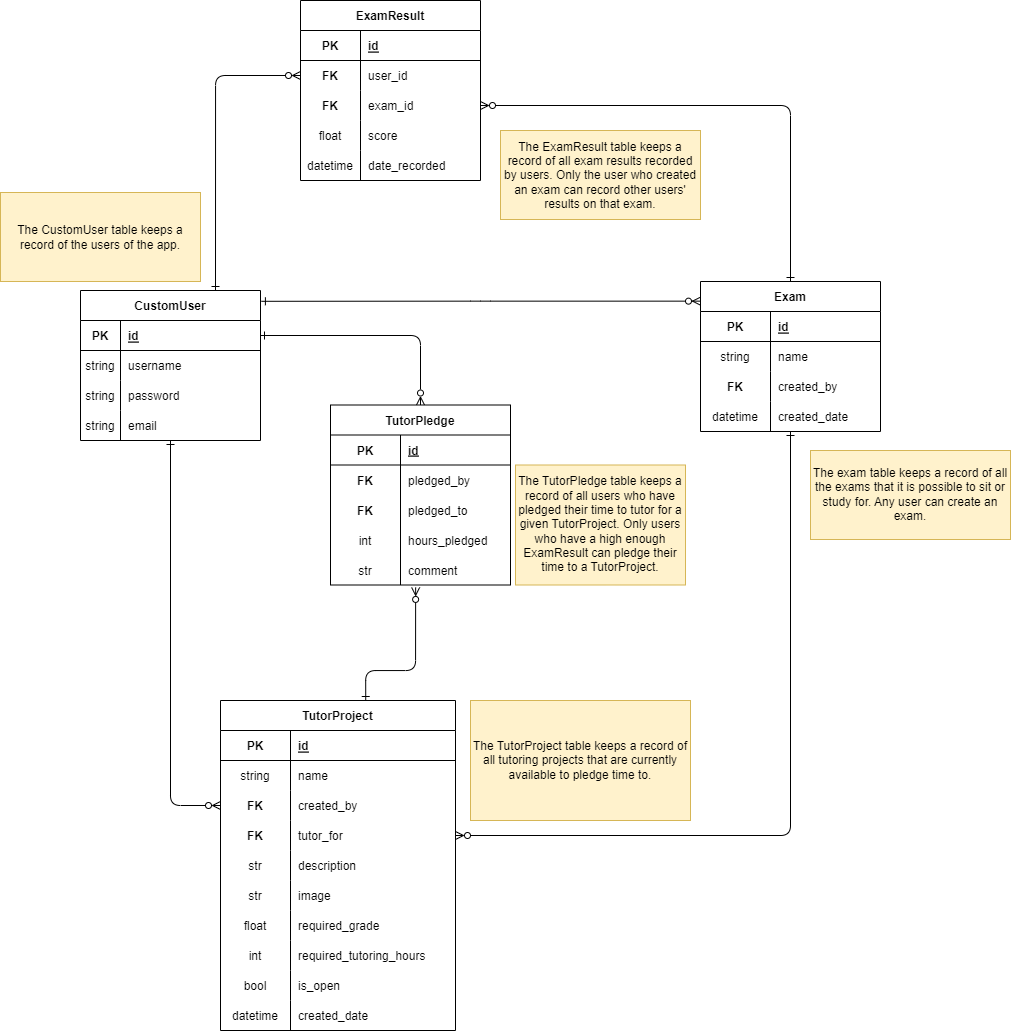
SheCodesAus/example_finished_drf_project keeps this draw.io diagram as readme_images/ERD.drawio.png. Above is the earlier version. Source tidied: cells renumbered, new cells last; positions are measured from the earlier drawing's top-left corner, leaving out a move shared by most shapes.
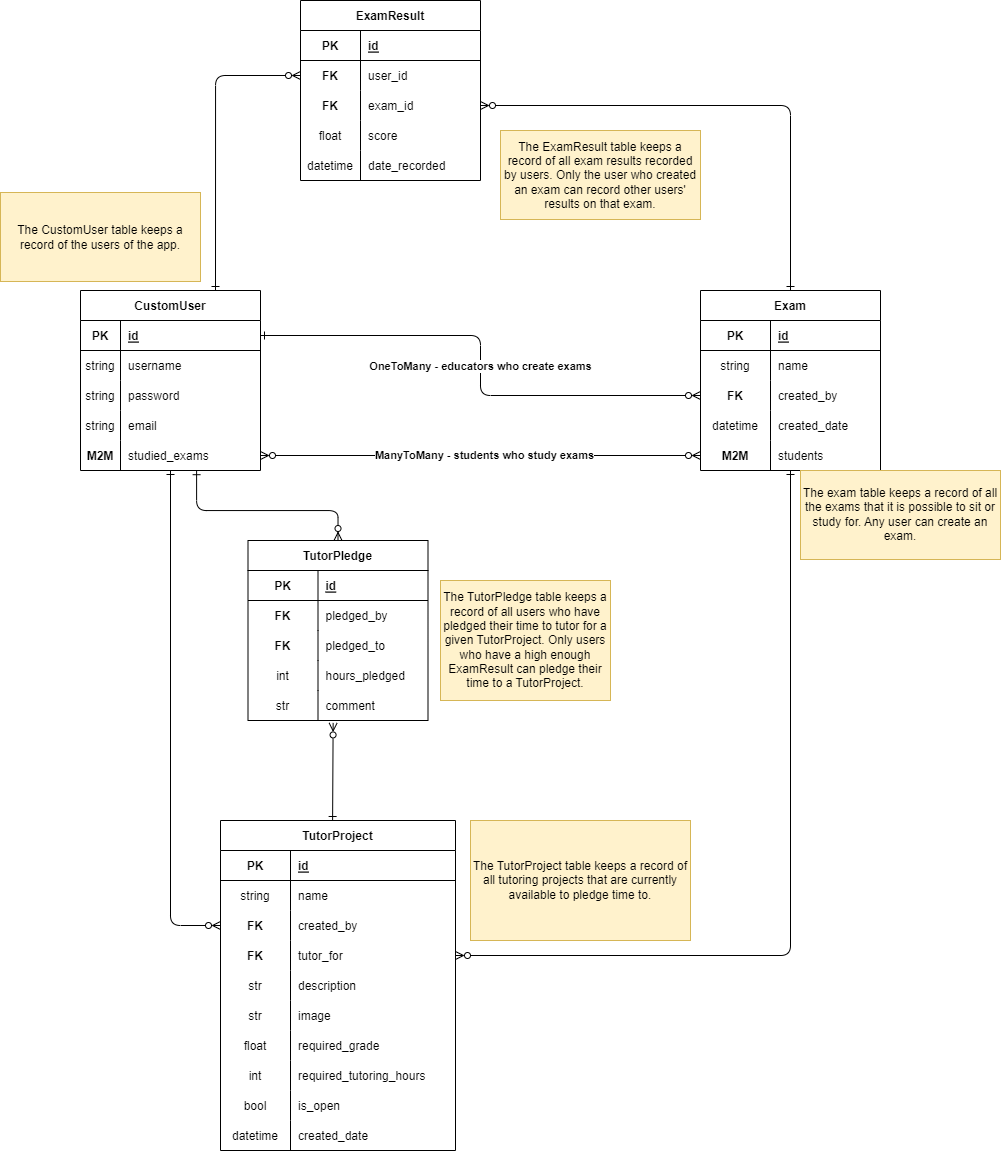
After the change.

Commit message:
updated the ERD to reflect the many-to-many relationship

The edit, as a diff of the source:
```diff
@@ -9,7 +9,7 @@
       <mxGeometry relative="1" as="geometry" />
     </mxCell>
     <mxCell id="4" value="CustomUser" style="shape=table;startSize=30;rowLines=0;fontStyle=1;align=center;" parent="1" vertex="1">
-      <mxGeometry x="80" y="290" width="180" height="150" as="geometry" />
+      <mxGeometry x="80" y="290" width="180" height="180" as="geometry" />
     </mxCell>
     <mxCell id="5" style="shape=tableRow;horizontal=0;startSize=0;swimlaneHead=0;swimlaneBody=0;fillColor=none;points=[[0,0.5],[1,0.5]];portConstraint=eastwest;top=0;left=0;right=0;bottom=1;" parent="4" vertex="1">
       <mxGeometry y="30" width="180" height="30" as="geometry" />
@@ -47,6 +47,15 @@
     <mxCell id="16" value="email" style="shape=partialRectangle;fillColor=none;top=0;left=0;bottom=0;right=0;align=left;spacingLeft=6;overflow=hidden;" parent="14" vertex="1">
       <mxGeometry x="40" width="140" height="30" as="geometry" />
     </mxCell>
+    <mxCell id="103" style="shape=tableRow;horizontal=0;startSize=0;swimlaneHead=0;swimlaneBody=0;fillColor=none;points=[[0,0.5],[1,0.5]];portConstraint=eastwest;top=0;left=0;right=0;bottom=0;" parent="4" vertex="1">
+      <mxGeometry y="150" width="180" height="30" as="geometry" />
+    </mxCell>
+    <mxCell id="104" value="M2M" style="shape=partialRectangle;fillColor=none;top=0;left=0;bottom=0;right=0;overflow=hidden;fontStyle=1;" parent="103" vertex="1">
+      <mxGeometry width="40" height="30" as="geometry" />
+    </mxCell>
+    <mxCell id="105" value="studied_exams" style="shape=partialRectangle;fillColor=none;top=0;left=0;bottom=0;right=0;align=left;spacingLeft=6;overflow=hidden;" parent="103" vertex="1">
+      <mxGeometry x="40" width="140" height="30" as="geometry" />
+    </mxCell>
     <mxCell id="17" style="edgeStyle=orthogonalEdgeStyle;html=1;entryX=1;entryY=0.5;entryDx=0;entryDy=0;startArrow=ERone;startFill=0;endArrow=ERzeroToMany;endFill=0;" parent="1" edge="1" source="19" target="40">
       <mxGeometry relative="1" as="geometry" />
     </mxCell>
@@ -54,7 +63,7 @@
       <mxGeometry relative="1" as="geometry" />
     </mxCell>
     <mxCell id="19" value="Exam" style="shape=table;startSize=30;rowLines=0;fontStyle=1;align=center;" parent="1" vertex="1">
-      <mxGeometry x="700" y="281" width="180" height="150" as="geometry" />
+      <mxGeometry x="700" y="290" width="180" height="180" as="geometry" />
     </mxCell>
     <mxCell id="20" style="shape=tableRow;horizontal=0;startSize=0;swimlaneHead=0;swimlaneBody=0;fillColor=none;top=0;left=0;right=0;bottom=1;" parent="19" vertex="1">
       <mxGeometry y="30" width="180" height="30" as="geometry" />
@@ -92,9 +101,23 @@
     <mxCell id="31" value="created_date" style="shape=partialRectangle;fillColor=none;top=0;left=0;bottom=0;right=0;align=left;spacingLeft=6;overflow=hidden;" parent="29" vertex="1">
       <mxGeometry x="70" width="110" height="30" as="geometry" />
     </mxCell>
+    <mxCell id="106" style="shape=tableRow;horizontal=0;startSize=0;swimlaneHead=0;swimlaneBody=0;fillColor=none;points=[[0,0.5],[1,0.5]];portConstraint=eastwest;top=0;left=0;right=0;bottom=0;" parent="19" vertex="1">
+      <mxGeometry y="150" width="180" height="30" as="geometry" />
+    </mxCell>
+    <mxCell id="107" value="M2M" style="shape=partialRectangle;fillColor=none;top=0;left=0;bottom=0;right=0;overflow=hidden;fontStyle=1;" parent="106" vertex="1">
+      <mxGeometry width="70" height="30" as="geometry" />
+    </mxCell>
+    <mxCell id="108" value="students" style="shape=partialRectangle;fillColor=none;top=0;left=0;bottom=0;right=0;align=left;spacingLeft=6;overflow=hidden;" parent="106" vertex="1">
+      <mxGeometry x="70" width="110" height="30" as="geometry" />
+    </mxCell>
-    <mxCell id="32" style="edgeStyle=orthogonalEdgeStyle;html=1;exitX=0;exitY=0.131;exitDx=0;exitDy=0;entryX=1.005;entryY=0.072;entryDx=0;entryDy=0;endArrow=ERone;endFill=0;startArrow=ERzeroToMany;startFill=0;entryPerimeter=0;exitPerimeter=0;" parent="1" edge="1" source="19" target="4">
+    <mxCell id="32" style="edgeStyle=orthogonalEdgeStyle;html=1;exitX=0;exitY=0.5;exitDx=0;exitDy=0;entryX=1;entryY=0.5;entryDx=0;entryDy=0;endArrow=ERone;endFill=0;startArrow=ERzeroToMany;startFill=0;" parent="1" edge="1" source="26" target="5">
       <mxGeometry relative="1" as="geometry" />
     </mxCell>
+    <mxCell id="109" value="OneToMany - educators who create exams" style="edgeLabel;html=1;align=center;verticalAlign=middle;fontStyle=1;" parent="32" vertex="1">
+      <mxGeometry x="0.24" y="-1" relative="1" as="geometry">
+        <mxPoint x="29" y="31" as="offset" />
+      </mxGeometry>
+    </mxCell>
     <mxCell id="33" value="ExamResult" style="shape=table;startSize=30;rowLines=0;fontStyle=1;align=center;" parent="1" vertex="1">
       <mxGeometry x="300" width="180" height="180" as="geometry" />
     </mxCell>
@@ -144,7 +167,7 @@
       <mxGeometry x="60" width="120" height="30" as="geometry" />
     </mxCell>
     <mxCell id="49" value="TutorProject" style="shape=table;startSize=30;rowLines=0;fontStyle=1;align=center;" parent="1" vertex="1">
-      <mxGeometry x="220" y="700" width="235" height="330" as="geometry" />
+      <mxGeometry x="220" y="820" width="235" height="330" as="geometry" />
     </mxCell>
     <mxCell id="50" style="shape=tableRow;horizontal=0;startSize=0;swimlaneHead=0;swimlaneBody=0;fillColor=none;top=0;left=0;right=0;bottom=1;" parent="49" vertex="1">
       <mxGeometry y="30" width="235" height="30" as="geometry" />
@@ -237,7 +260,7 @@
       <mxGeometry x="70" width="165" height="30" as="geometry" />
     </mxCell>
     <mxCell id="80" value="TutorPledge" style="shape=table;startSize=30;rowLines=0;fontStyle=1;align=center;" parent="1" vertex="1">
-      <mxGeometry x="330" y="404.5" width="180" height="180" as="geometry" />
+      <mxGeometry x="247.5" y="540" width="180" height="180" as="geometry" />
     </mxCell>
     <mxCell id="81" style="shape=tableRow;horizontal=0;startSize=0;swimlaneHead=0;swimlaneBody=0;fillColor=none;top=0;left=0;right=0;bottom=1;" parent="80" vertex="1">
       <mxGeometry y="30" width="180" height="30" as="geometry" />
@@ -284,19 +307,24 @@
     <mxCell id="95" value="comment" style="shape=partialRectangle;fillColor=none;top=0;left=0;bottom=0;right=0;align=left;spacingLeft=6;overflow=hidden;" parent="93" vertex="1">
       <mxGeometry x="70" width="110" height="30" as="geometry" />
     </mxCell>
-    <mxCell id="96" style="edgeStyle=orthogonalEdgeStyle;html=1;exitX=1;exitY=0.5;exitDx=0;exitDy=0;entryX=0.5;entryY=0;entryDx=0;entryDy=0;startArrow=ERone;startFill=0;endArrow=ERzeroToMany;endFill=0;" parent="1" edge="1" source="5" target="80">
-      <mxGeometry relative="1" as="geometry" />
+    <mxCell id="96" style="edgeStyle=orthogonalEdgeStyle;html=1;exitX=0.645;exitY=1.007;exitDx=0;exitDy=0;entryX=0.5;entryY=0;entryDx=0;entryDy=0;startArrow=ERone;startFill=0;endArrow=ERzeroToMany;endFill=0;exitPerimeter=0;" parent="1" edge="1" source="103" target="80">
+      <mxGeometry relative="1" as="geometry">
+        <Array as="points">
+          <mxPoint x="196" y="510" />
+          <mxPoint x="338" y="510" />
+        </Array>
+      </mxGeometry>
     </mxCell>
-    <mxCell id="97" style="edgeStyle=orthogonalEdgeStyle;html=1;startArrow=ERone;startFill=0;endArrow=ERzeroToMany;endFill=0;entryX=0.473;entryY=1.081;entryDx=0;entryDy=0;entryPerimeter=0;exitX=0.618;exitY=0;exitDx=0;exitDy=0;exitPerimeter=0;" parent="1" edge="1" source="49" target="93">
+    <mxCell id="97" style="edgeStyle=orthogonalEdgeStyle;html=1;startArrow=ERone;startFill=0;endArrow=ERzeroToMany;endFill=0;entryX=0.473;entryY=1.081;entryDx=0;entryDy=0;entryPerimeter=0;exitX=0.477;exitY=0;exitDx=0;exitDy=0;exitPerimeter=0;" parent="1" edge="1" source="49" target="93">
       <mxGeometry relative="1" as="geometry">
         <Array as="points">
-          <mxPoint x="365" y="670" />
-          <mxPoint x="415" y="670" />
+          <mxPoint x="332" y="819" />
+          <mxPoint x="333" y="819" />
         </Array>
       </mxGeometry>
     </mxCell>
     <mxCell id="98" value="The exam table keeps a record of all the exams that it is possible to sit or study for. Any user can create an exam." style="text;html=1;strokeColor=#d6b656;fillColor=#fff2cc;align=center;verticalAlign=middle;whiteSpace=wrap;rounded=0;" parent="1" vertex="1">
-      <mxGeometry x="810" y="450" width="200" height="89" as="geometry" />
+      <mxGeometry x="800" y="470" width="200" height="89" as="geometry" />
     </mxCell>
     <mxCell id="99" value="The CustomUser table keeps a record of the users of the app." style="text;html=1;strokeColor=#d6b656;fillColor=#fff2cc;align=center;verticalAlign=middle;whiteSpace=wrap;rounded=0;" parent="1" vertex="1">
       <mxGeometry y="192" width="200" height="89" as="geometry" />
@@ -305,10 +333,18 @@
       <mxGeometry x="500" y="130" width="200" height="89" as="geometry" />
     </mxCell>
     <mxCell id="101" value="The TutorPledge table keeps a record of all users who have pledged their time to tutor for a given TutorProject. Only users who have a high enough ExamResult can pledge their time to a TutorProject." style="text;html=1;strokeColor=#d6b656;fillColor=#fff2cc;align=center;verticalAlign=middle;whiteSpace=wrap;rounded=0;" parent="1" vertex="1">
-      <mxGeometry x="515" y="464.5" width="170" height="120" as="geometry" />
+      <mxGeometry x="440" y="580" width="170" height="120" as="geometry" />
     </mxCell>
     <mxCell id="102" value="The TutorProject table keeps a record of all tutoring projects that are currently available to pledge time to." style="text;html=1;strokeColor=#d6b656;fillColor=#fff2cc;align=center;verticalAlign=middle;whiteSpace=wrap;rounded=0;" parent="1" vertex="1">
-      <mxGeometry x="470" y="700" width="220" height="120" as="geometry" />
+      <mxGeometry x="470" y="820" width="220" height="120" as="geometry" />
     </mxCell>
+    <mxCell id="110" style="edgeStyle=orthogonalEdgeStyle;html=1;entryX=0;entryY=0.5;entryDx=0;entryDy=0;startArrow=ERzeroToMany;startFill=0;endArrow=ERzeroToMany;endFill=0;" parent="1" edge="1" source="103" target="106">
+      <mxGeometry relative="1" as="geometry" />
+    </mxCell>
+    <mxCell id="111" value="&lt;b&gt;ManyToMany - students who study exams&lt;/b&gt;" style="edgeLabel;html=1;align=center;verticalAlign=middle;" parent="110" vertex="1">
+      <mxGeometry x="0.28" y="-2" relative="1" as="geometry">
+        <mxPoint x="-59" y="-3" as="offset" />
+      </mxGeometry>
+    </mxCell>
   </root>
 </mxGraphModel>
```
